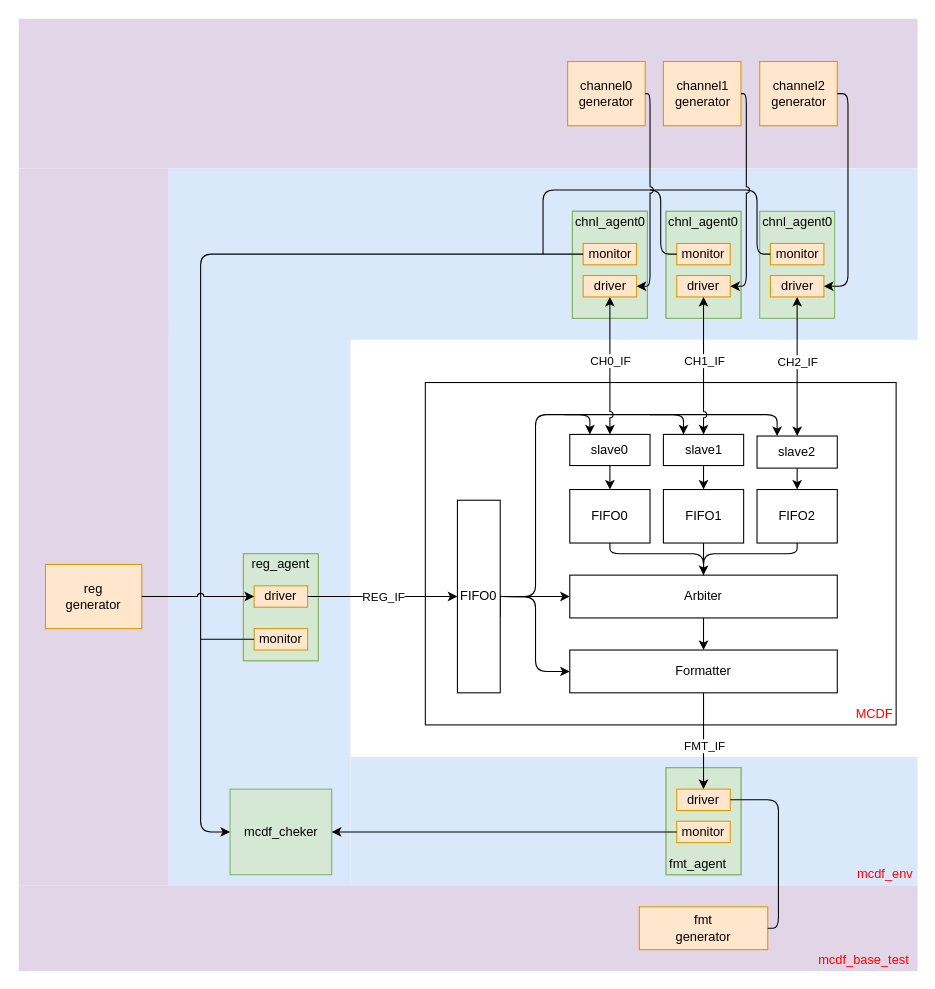
Above: Untitled Diagram.drawio in blacklee00/drive_io (draw.io), before the change. Source tidied: cells renumbered, new cells numbered last; positions are measured from the earlier drawing's top-left corner, leaving out a move shared by most shapes. Both pictures are drawn from the tidied source at 107%, with x=0, y=0 at pixel (18, 18).
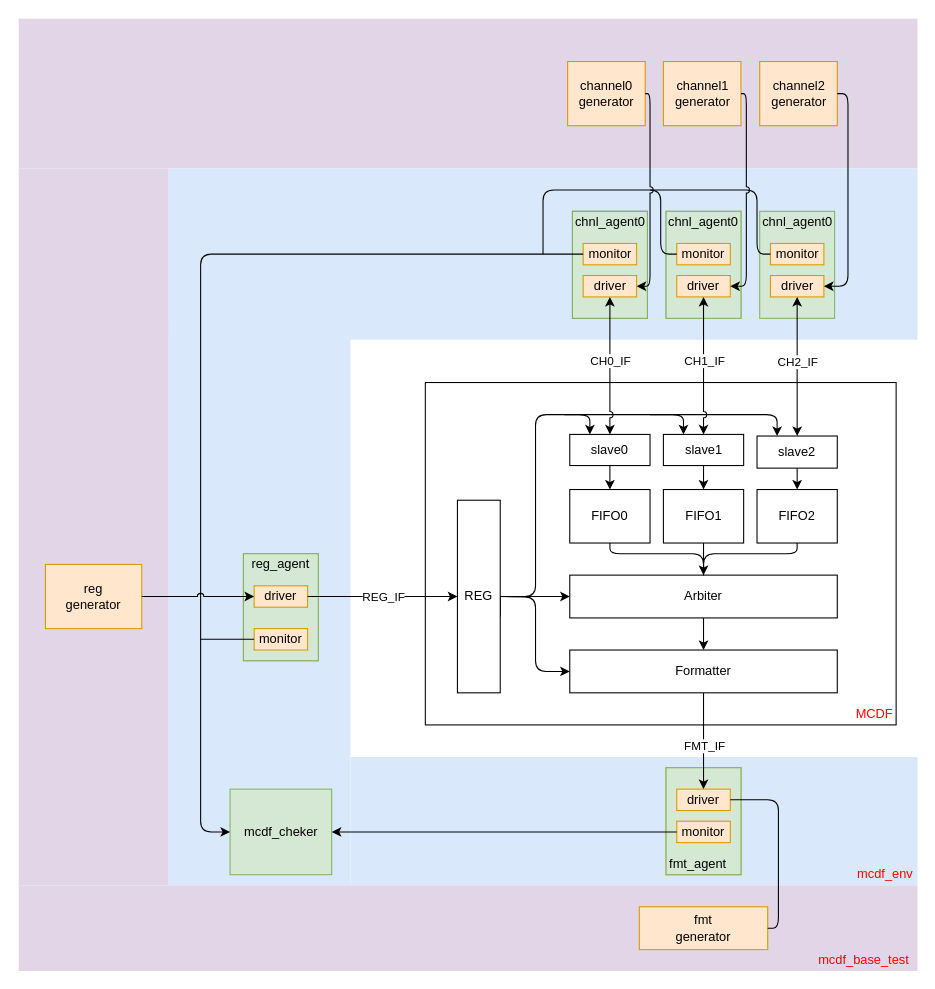
The same diagram, later.

Diff of the diagram source:
```diff
@@
-    <mxCell id="10" value="FIFO0" style="rounded=0;whiteSpace=wrap;html=1;" parent="1" vertex="1">
+    <mxCell id="10" value="REG" style="rounded=0;whiteSpace=wrap;html=1;" parent="1" vertex="1">
       <mxGeometry x="410" y="450" width="40" height="180" as="geometry" />
     </mxCell>
```
